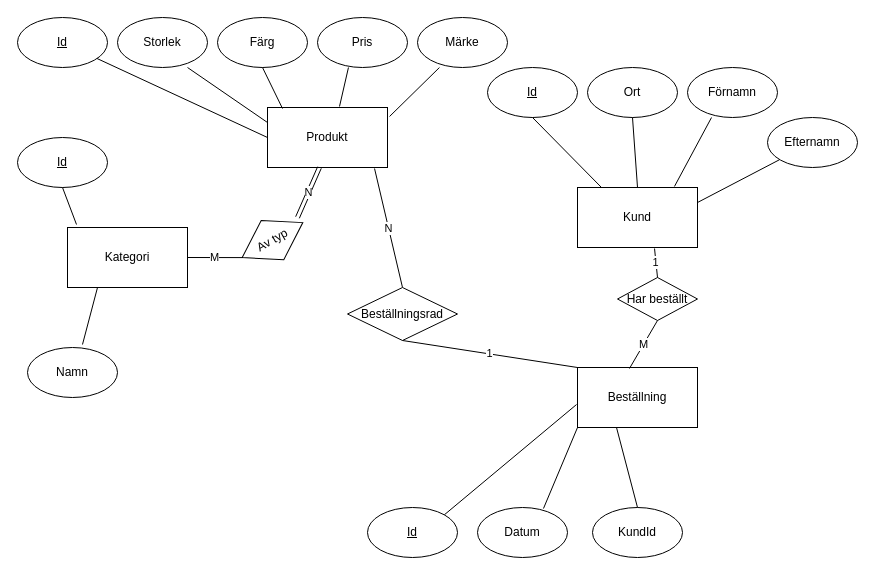
Before: Untitled Diagram.drawio in AntonRolin/Inlamningsuppgift1_Databas, a draw.io diagram. Source tidied: cells renumbered, new cells numbered last; positions are measured from the earlier drawing's top-left corner, leaving out a move shared by most shapes. Both pictures are drawn from the tidied source at 100%, with x=0, y=0 at pixel (17, 17).
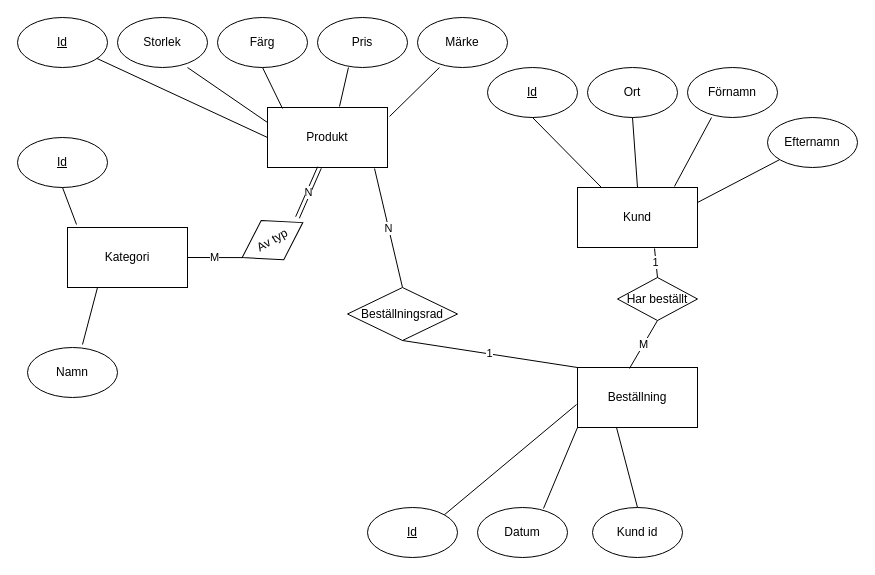
The same page after the edit.

What changed in the source:
```diff
@@
-    <mxCell id="36" value="KundId" style="ellipse;whiteSpace=wrap;html=1;" parent="1" vertex="1">
+    <mxCell id="36" value="Kund id" style="ellipse;whiteSpace=wrap;html=1;" parent="1" vertex="1">
       <mxGeometry x="575" y="490" width="90" height="50" as="geometry" />
     </mxCell>
```
